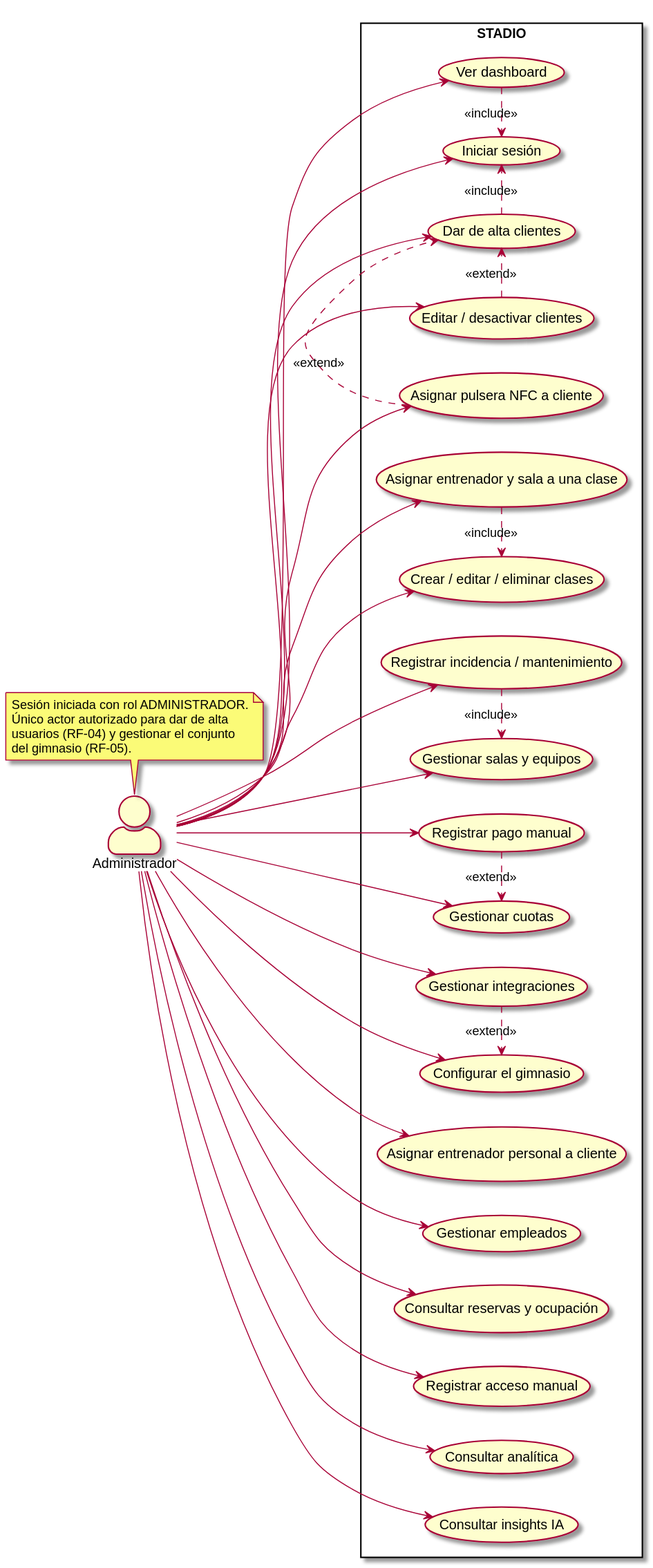
This is docs/diagramas/casos-uso/_render/administrador.svg from iis8-ua/stadio, a PlantUML export, as it was before one commit.
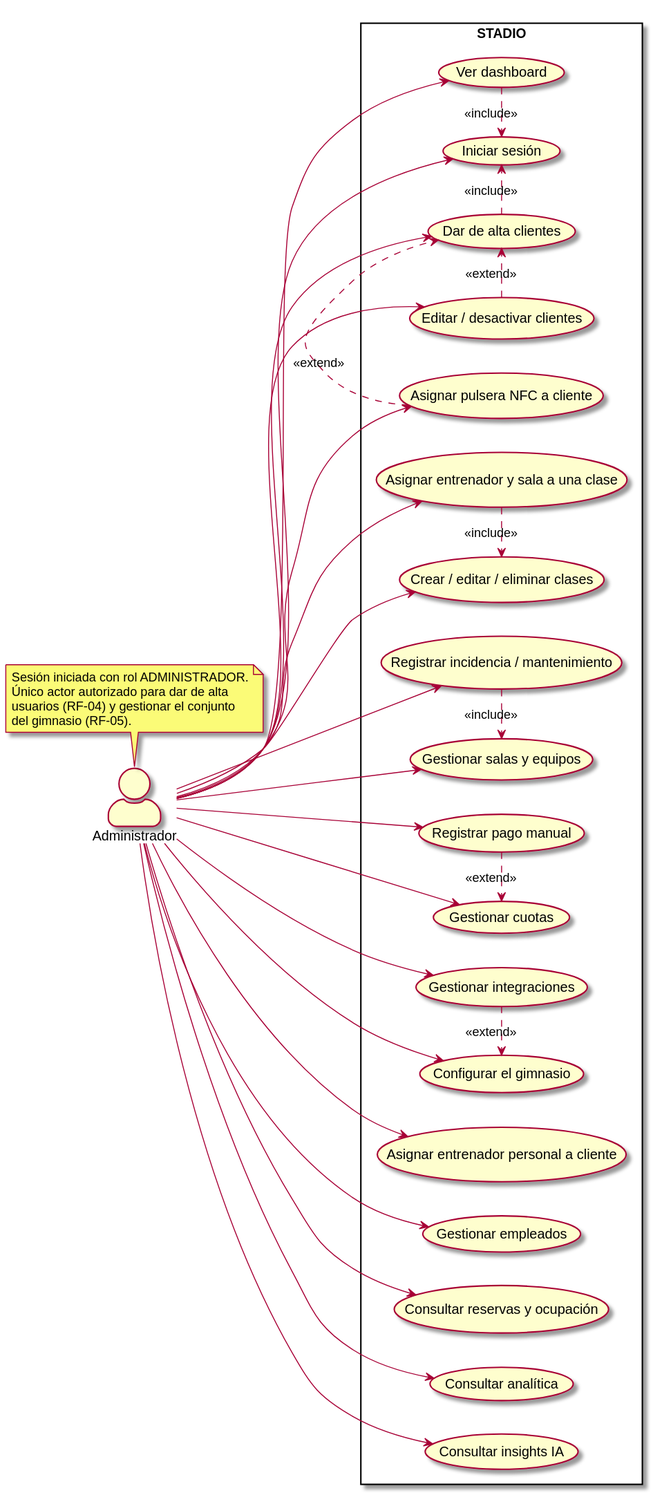
Above is the later version.

The edit, as a diff of the source:
```diff
@@ -18,7 +18,6 @@
   usecase "Consultar reservas y ocupación" as UC_Reservas
   usecase "Gestionar cuotas" as UC_Cuotas
   usecase "Registrar pago manual" as UC_PagoMan
-  usecase "Registrar acceso manual" as UC_AccMan
   usecase "Gestionar salas y equipos" as UC_Instal
   usecase "Registrar incidencia / mantenimiento" as UC_Inc
   usecase "Consultar analítica" as UC_Analitica
@@ -39,7 +38,6 @@
 Admin --> UC_Reservas
 Admin --> UC_Cuotas
 Admin --> UC_PagoMan
-Admin --> UC_AccMan
 Admin --> UC_Instal
 Admin --> UC_Inc
 Admin --> UC_Analitica
```
